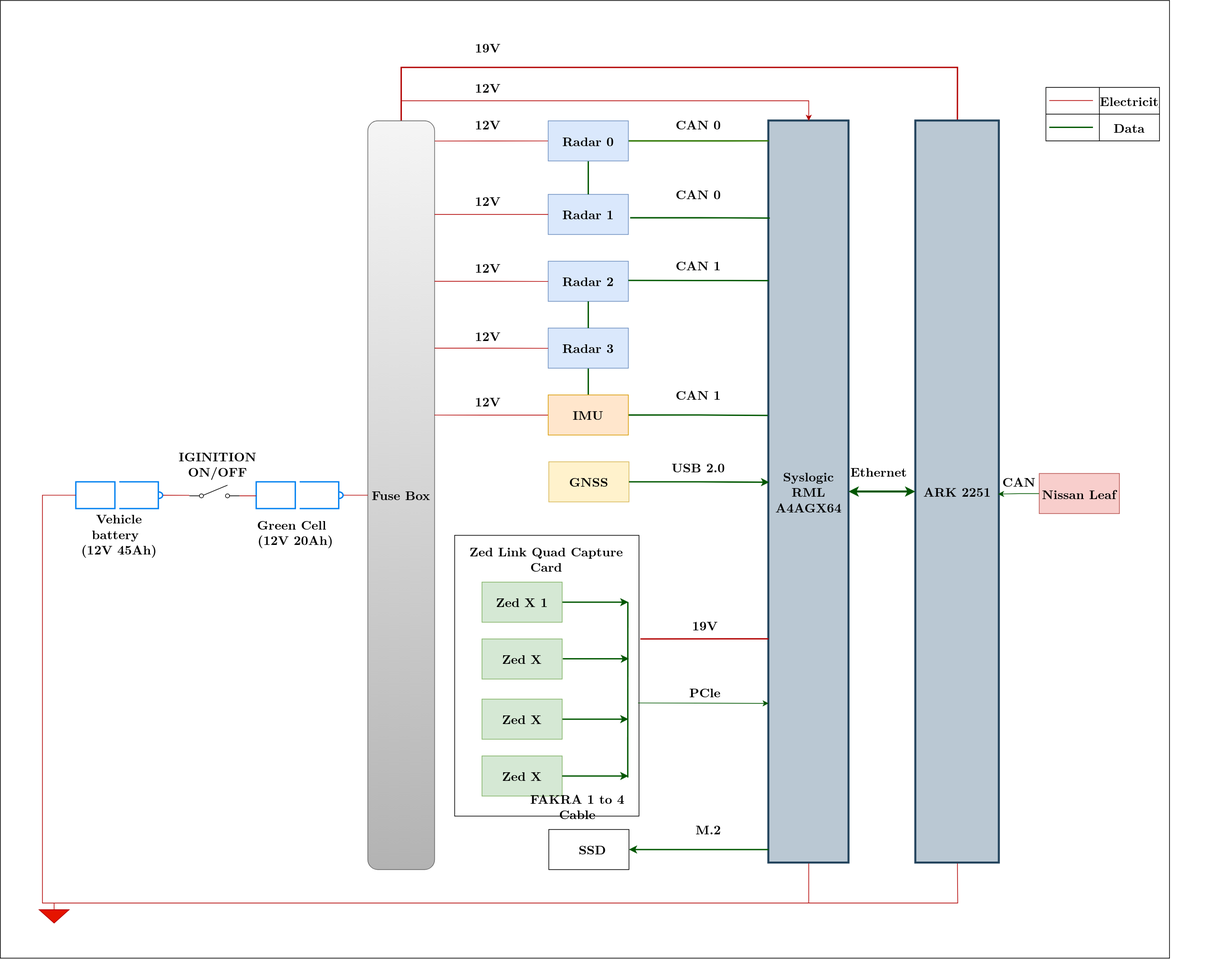
Earlier version of the draw.io export docs/assets/Hardware_Topology.drawio.svg (boyuzhao-hub/omni_onboard_platform). Source tidied: cells renumbered, new cells last; positions are measured from the earlier drawing's top-left corner, leaving out a move shared by most shapes.
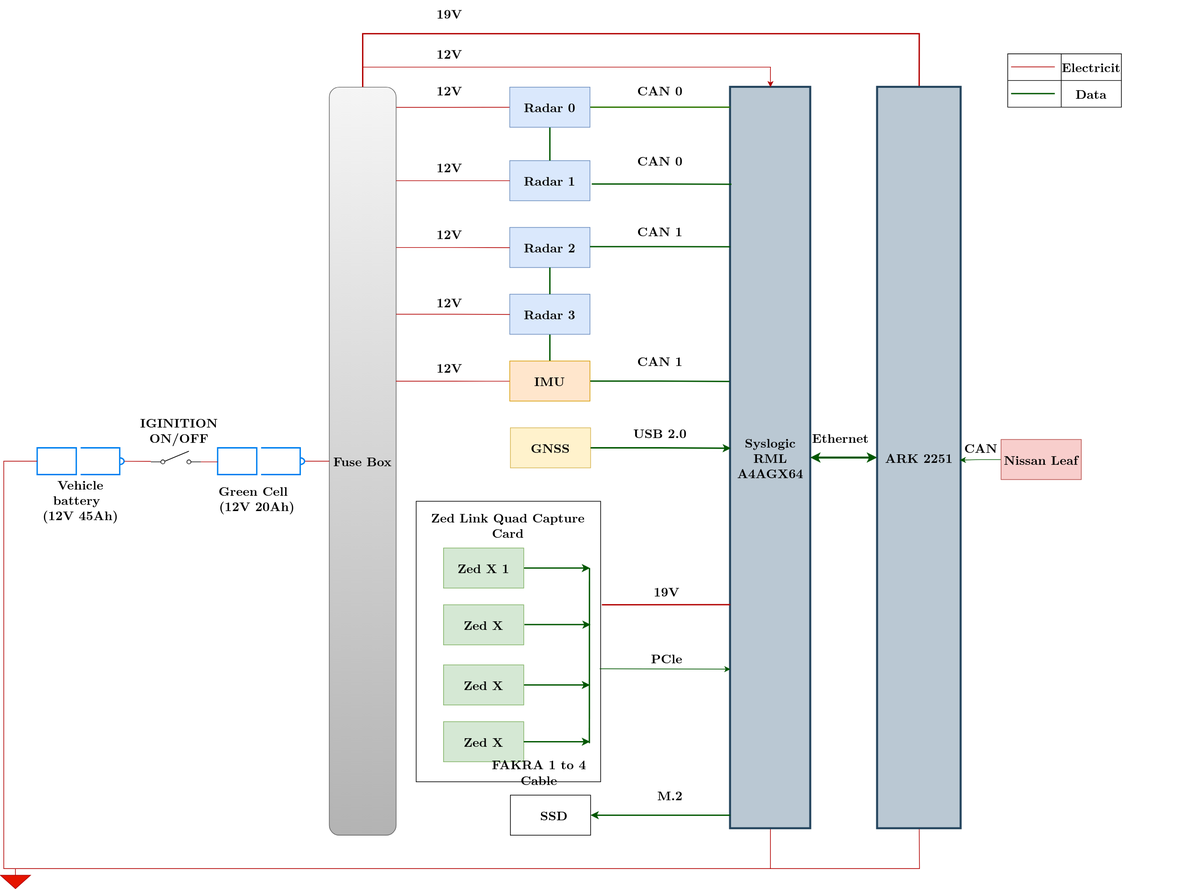
After the change.

Commit message:
fix hardware topology appearance

Change to the diagram source:
```diff
@@ -1,10 +1,7 @@
-<mxGraphModel>
+<mxGraphModel background="#FFFFFF">
   <root>
     <mxCell id="0" />
     <mxCell id="1" parent="0" />
-    <mxCell id="2" style="rounded=0;whiteSpace=wrap;html=1;" parent="1" vertex="1">
-      <mxGeometry width="1750" height="1432.5" as="geometry" />
-    </mxCell>
     <mxCell id="3" style="group;fontFamily=Latin Modern Roman;fontSize=19;fontStyle=1;" parent="1" vertex="1">
       <mxGeometry x="1670" y="130" width="170" height="80" as="geometry" />
     </mxCell>
```
